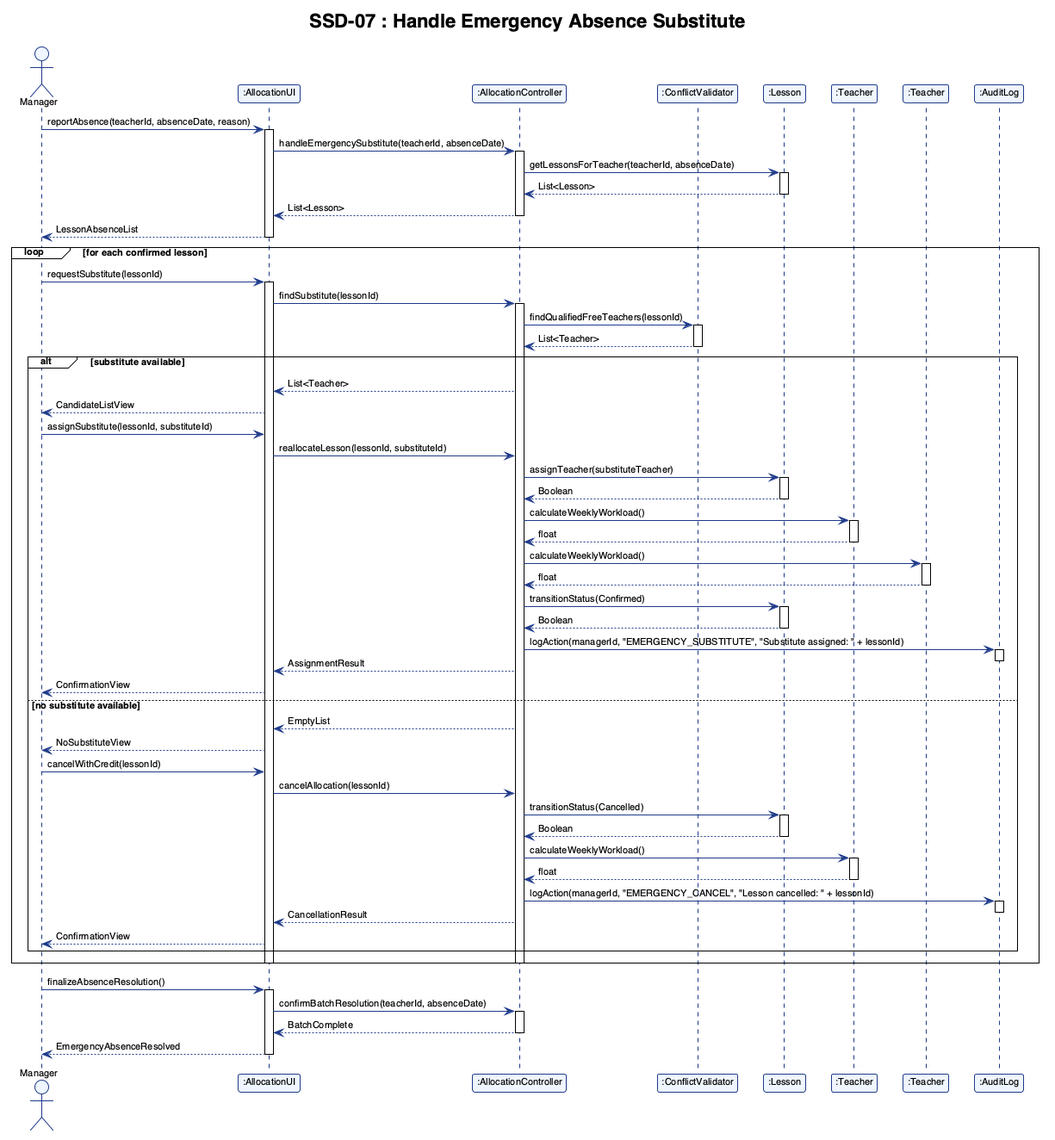
The PlantUML diagram report/assets/ssd_06.png in adoreblvnk/2001temp, before a commit. The source it was exported from:
```plantuml
@startuml ssd_07
!theme plain
skinparam shadowing false
skinparam defaultFontName "Helvetica", "Arial", sans-serif
skinparam defaultFontSize 11
skinparam sequence {
    ParticipantBorderColor #1E3A8A
    ParticipantBackgroundColor #EFF6FF
    LifeLineBorderColor #1E3A8A
    LifeLineBackgroundColor #FFFFFF
    ArrowColor #1E3A8A
    ActorBorderColor #1E3A8A
    ActorBackgroundColor #EFF6FF
}

title SSD-07 : Handle Emergency Absence Substitute

actor Manager
participant ":AllocationUI" as AllocationUI
participant ":AllocationController" as AllocationController
participant ":ConflictValidator" as ConflictValidator
participant ":Lesson" as Lesson
participant ":Teacher" as AbsentTeacher
participant ":Teacher" as SubstituteTeacher
participant ":AuditLog" as AuditLog

Manager -> AllocationUI : reportAbsence(teacherId, absenceDate, reason)
activate AllocationUI
AllocationUI -> AllocationController : handleEmergencySubstitute(teacherId, absenceDate)
activate AllocationController

AllocationController -> Lesson : getLessonsForTeacher(teacherId, absenceDate)
activate Lesson
Lesson --> AllocationController : List<Lesson>
deactivate Lesson
AllocationController --> AllocationUI : List<Lesson>
deactivate AllocationController
AllocationUI --> Manager : LessonAbsenceList
deactivate AllocationUI

loop for each confirmed lesson
    Manager -> AllocationUI : requestSubstitute(lessonId)
    activate AllocationUI
    AllocationUI -> AllocationController : findSubstitute(lessonId)
    activate AllocationController
    AllocationController -> ConflictValidator : findQualifiedFreeTeachers(lessonId)
    activate ConflictValidator
    ConflictValidator --> AllocationController : List<Teacher>
    deactivate ConflictValidator

    alt substitute available
        AllocationController --> AllocationUI : List<Teacher>
        AllocationUI --> Manager : CandidateListView

        Manager -> AllocationUI : assignSubstitute(lessonId, substituteId)
        AllocationUI -> AllocationController : reallocateLesson(lessonId, substituteId)
        AllocationController -> Lesson : assignTeacher(substituteTeacher)
        activate Lesson
        Lesson --> AllocationController : Boolean
        deactivate Lesson
        AllocationController -> AbsentTeacher : calculateWeeklyWorkload()
        activate AbsentTeacher
        AbsentTeacher --> AllocationController : float
        deactivate AbsentTeacher
        AllocationController -> SubstituteTeacher : calculateWeeklyWorkload()
        activate SubstituteTeacher
        SubstituteTeacher --> AllocationController : float
        deactivate SubstituteTeacher
        AllocationController -> Lesson : transitionStatus(Confirmed)
        activate Lesson
        Lesson --> AllocationController : Boolean
        deactivate Lesson
        AllocationController -> AuditLog : logAction(managerId, "EMERGENCY_SUBSTITUTE", "Substitute assigned: " + lessonId)
        activate AuditLog
        deactivate AuditLog
        AllocationController --> AllocationUI : AssignmentResult
        AllocationUI --> Manager : ConfirmationView
    else no substitute available
        AllocationController --> AllocationUI : EmptyList
        AllocationUI --> Manager : NoSubstituteView

        Manager -> AllocationUI : cancelWithCredit(lessonId)
        AllocationUI -> AllocationController : cancelAllocation(lessonId)
        AllocationController -> Lesson : transitionStatus(Cancelled)
        activate Lesson
        Lesson --> AllocationController : Boolean
        deactivate Lesson
        AllocationController -> AbsentTeacher : calculateWeeklyWorkload()
        activate AbsentTeacher
        AbsentTeacher --> AllocationController : float
        deactivate AbsentTeacher
        AllocationController -> AuditLog : logAction(managerId, "EMERGENCY_CANCEL", "Lesson cancelled: " + lessonId)
        activate AuditLog
        deactivate AuditLog
        AllocationController --> AllocationUI : CancellationResult
        AllocationUI --> Manager : ConfirmationView
    end

    deactivate AllocationController
    deactivate AllocationUI
end

Manager -> AllocationUI : finalizeAbsenceResolution()
activate AllocationUI
AllocationUI -> AllocationController : confirmBatchResolution(teacherId, absenceDate)
activate AllocationController
AllocationController --> AllocationUI : BatchComplete
deactivate AllocationController
AllocationUI --> Manager : EmergencyAbsenceResolved
deactivate AllocationUI

@enduml
```
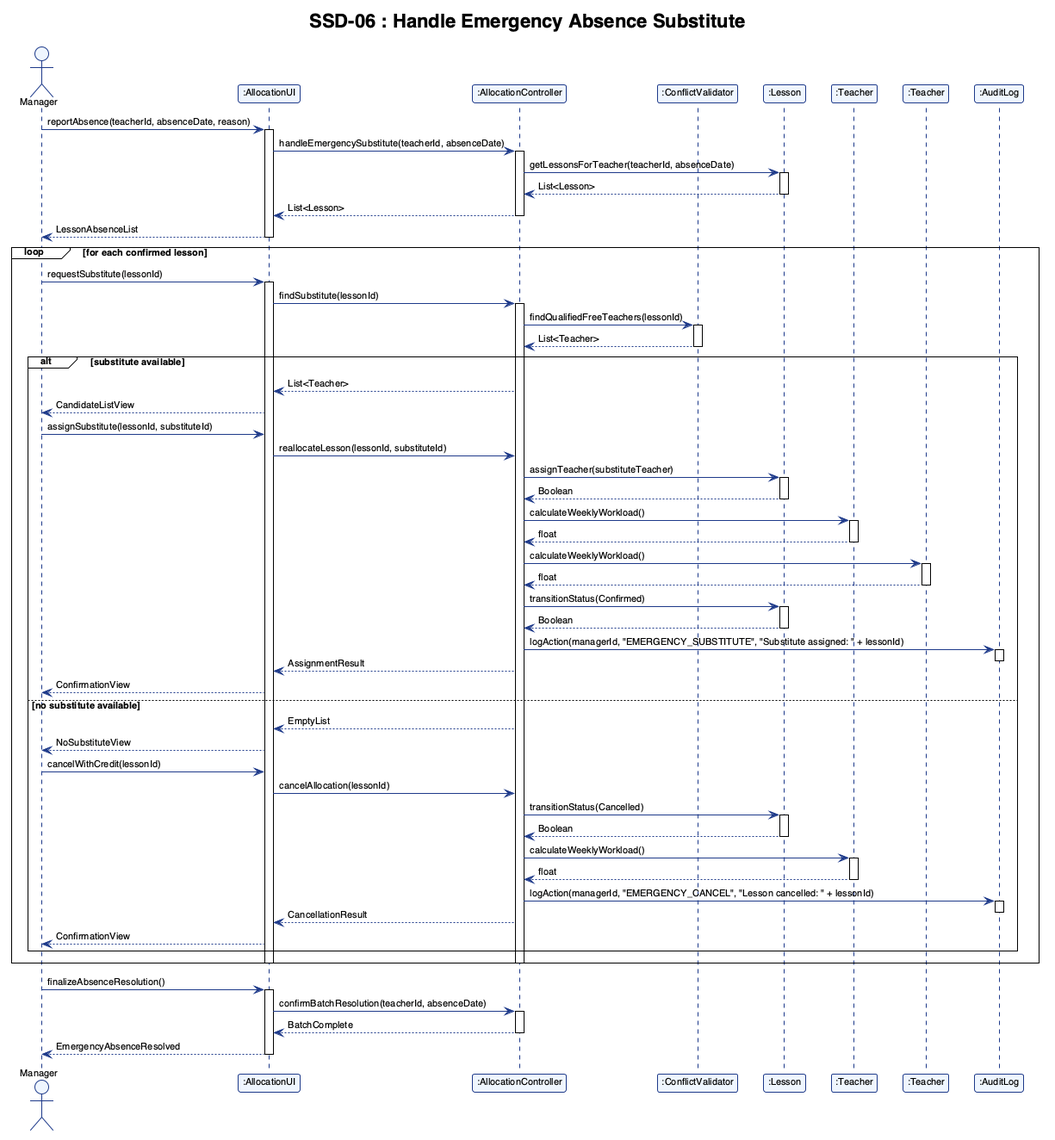
After the change.

Diff of the diagram source:
```diff
@@ -1,4 +1,4 @@
-@startuml ssd_07
+@startuml ssd_06
 !theme plain
 skinparam shadowing false
 skinparam defaultFontName "Helvetica", "Arial", sans-serif
@@ -13,7 +13,7 @@
     ActorBackgroundColor #EFF6FF
 }
 
-title SSD-07 : Handle Emergency Absence Substitute
+title SSD-06 : Handle Emergency Absence Substitute
 
 actor Manager
 participant ":AllocationUI" as AllocationUI
```
